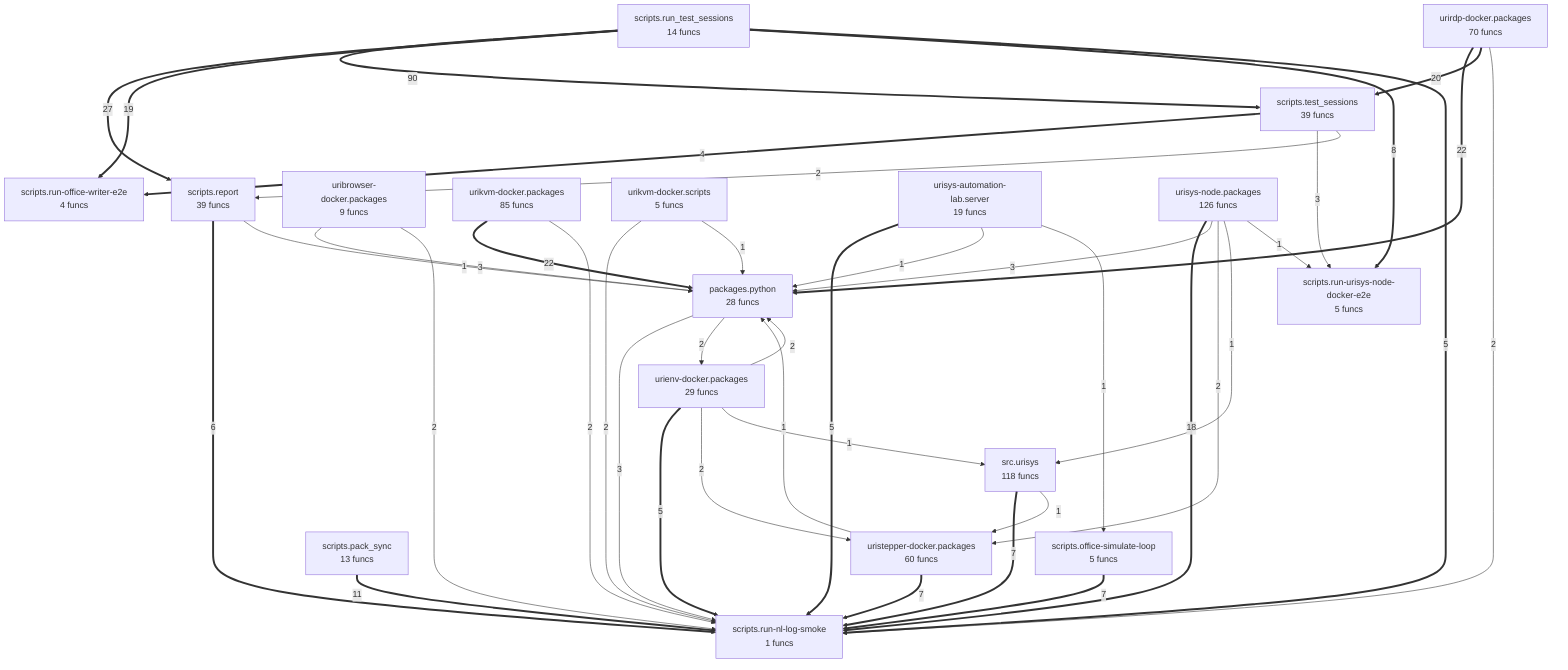
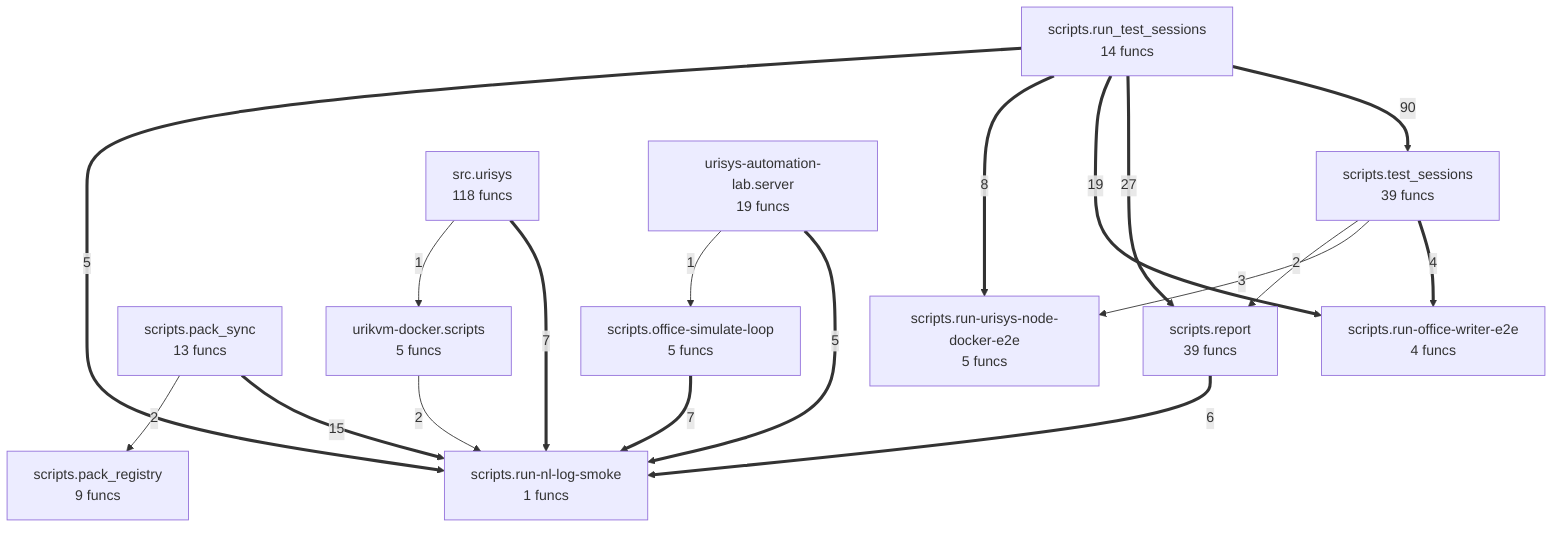
flowchart TD
- %% generated in 0.03s
-     packages__python["packages.python<br/>28 funcs"]
+ %% generated in 0.01s
    scripts__office_simulate_loop["scripts.office-simulate-loop<br/>5 funcs"]
+     scripts__pack_registry["scripts.pack_registry<br/>9 funcs"]
    scripts__pack_sync["scripts.pack_sync<br/>13 funcs"]
    scripts__report["scripts.report<br/>39 funcs"]
    scripts__run_nl_log_smoke["scripts.run-nl-log-smoke<br/>1 funcs"]
    scripts__run_office_writer_e2e["scripts.run-office-writer-e2e<br/>4 funcs"]
    scripts__run_urisys_node_docker_e2e["scripts.run-urisys-node-docker-e2e<br/>5 funcs"]
    scripts__run_test_sessions["scripts.run_test_sessions<br/>14 funcs"]
    scripts__test_sessions["scripts.test_sessions<br/>39 funcs"]
    src__urisys["src.urisys<br/>118 funcs"]
-     uribrowser_docker__packages["uribrowser-docker.packages<br/>9 funcs"]
-     urienv_docker__packages["urienv-docker.packages<br/>29 funcs"]
-     urikvm_docker__packages["urikvm-docker.packages<br/>85 funcs"]
    urikvm_docker__scripts["urikvm-docker.scripts<br/>5 funcs"]
-     urirdp_docker__packages["urirdp-docker.packages<br/>70 funcs"]
-     uristepper_docker__packages["uristepper-docker.packages<br/>60 funcs"]
    urisys_automation_lab__server["urisys-automation-lab.server<br/>19 funcs"]
-     urisys_node__packages["urisys-node.packages<br/>126 funcs"]
    scripts__run_test_sessions ==>|90| scripts__test_sessions
    scripts__run_test_sessions ==>|27| scripts__report
-     urirdp_docker__packages ==>|22| packages__python
-     urikvm_docker__packages ==>|22| packages__python
-     urirdp_docker__packages ==>|20| scripts__test_sessions
    scripts__run_test_sessions ==>|19| scripts__run_office_writer_e2e
-     urisys_node__packages ==>|18| scripts__run_nl_log_smoke
-     scripts__pack_sync ==>|11| scripts__run_nl_log_smoke
+     scripts__pack_sync ==>|15| scripts__run_nl_log_smoke
    scripts__run_test_sessions ==>|8| scripts__run_urisys_node_docker_e2e
    src__urisys ==>|7| scripts__run_nl_log_smoke
-     uristepper_docker__packages ==>|7| scripts__run_nl_log_smoke
    scripts__office_simulate_loop ==>|7| scripts__run_nl_log_smoke
    scripts__report ==>|6| scripts__run_nl_log_smoke
    scripts__run_test_sessions ==>|5| scripts__run_nl_log_smoke
    urisys_automation_lab__server ==>|5| scripts__run_nl_log_smoke
-     urienv_docker__packages ==>|5| scripts__run_nl_log_smoke
    scripts__test_sessions ==>|4| scripts__run_office_writer_e2e
-     packages__python -->|3| scripts__run_nl_log_smoke
    scripts__test_sessions -->|3| scripts__run_urisys_node_docker_e2e
-     uribrowser_docker__packages -->|3| packages__python
-     urisys_node__packages -->|3| packages__python
-     packages__python -->|2| urienv_docker__packages
    scripts__test_sessions -->|2| scripts__report
-     urirdp_docker__packages -->|2| scripts__run_nl_log_smoke
-     uribrowser_docker__packages -->|2| scripts__run_nl_log_smoke
-     urikvm_docker__packages -->|2| scripts__run_nl_log_smoke
    urikvm_docker__scripts -->|2| scripts__run_nl_log_smoke
-     urienv_docker__packages -->|2| uristepper_docker__packages
-     urienv_docker__packages -->|2| packages__python
-     urisys_node__packages -->|2| uristepper_docker__packages
-     src__urisys -->|1| uristepper_docker__packages
-     uristepper_docker__packages -->|1| packages__python
-     scripts__report -->|1| packages__python
-     urikvm_docker__scripts -->|1| packages__python
-     urisys_automation_lab__server -->|1| packages__python
+     scripts__pack_sync -->|2| scripts__pack_registry
+     src__urisys -->|1| urikvm_docker__scripts
    urisys_automation_lab__server -->|1| scripts__office_simulate_loop
-     urienv_docker__packages -->|1| src__urisys
-     urisys_node__packages -->|1| src__urisys
-     urisys_node__packages -->|1| scripts__run_urisys_node_docker_e2e
